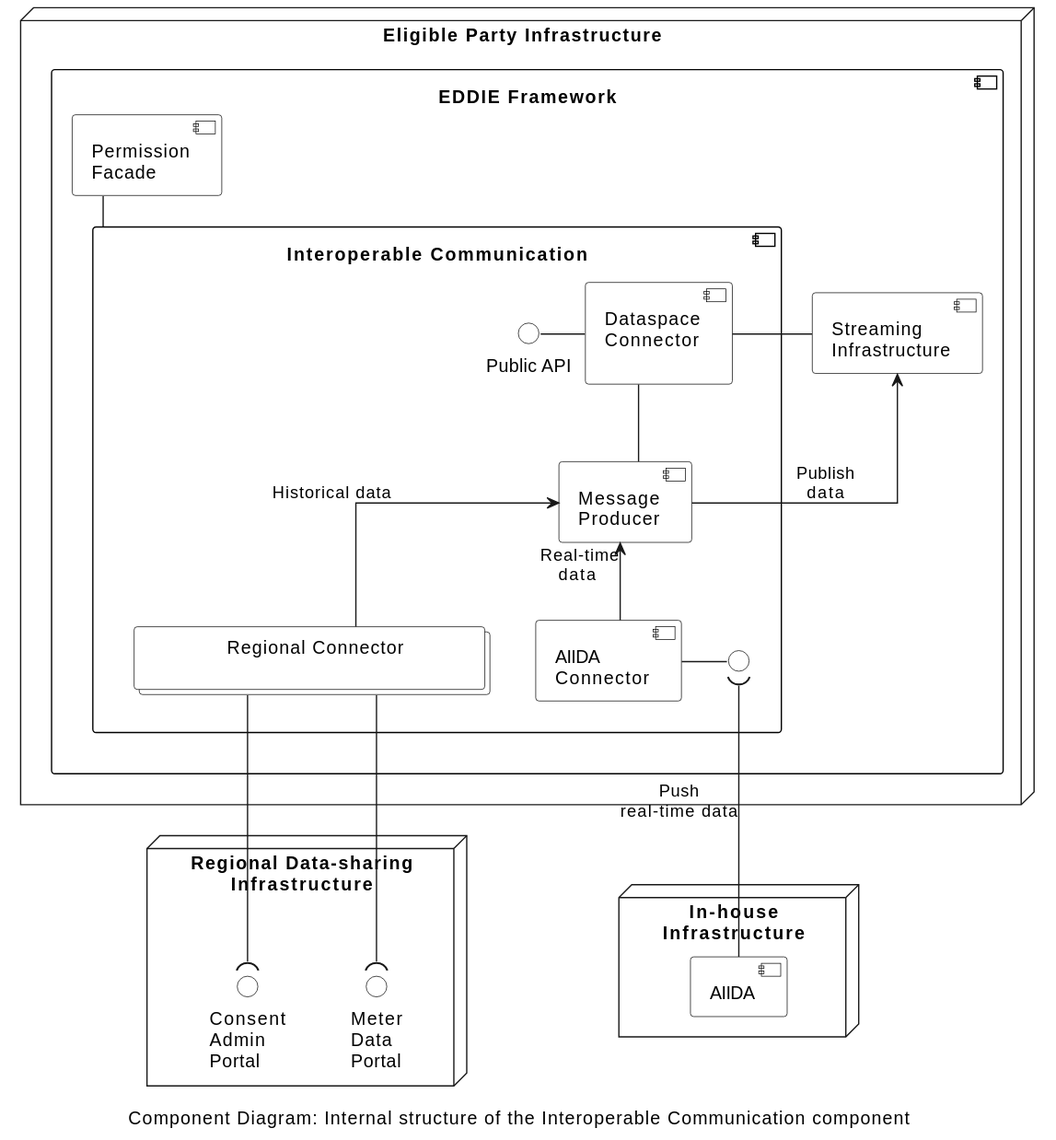
The PlantUML diagram arc42/05-building-block-view/components/components/interoperable-comm/figures/inter-comm-dataspace.svg in eddie-energy/architecture, before a commit.
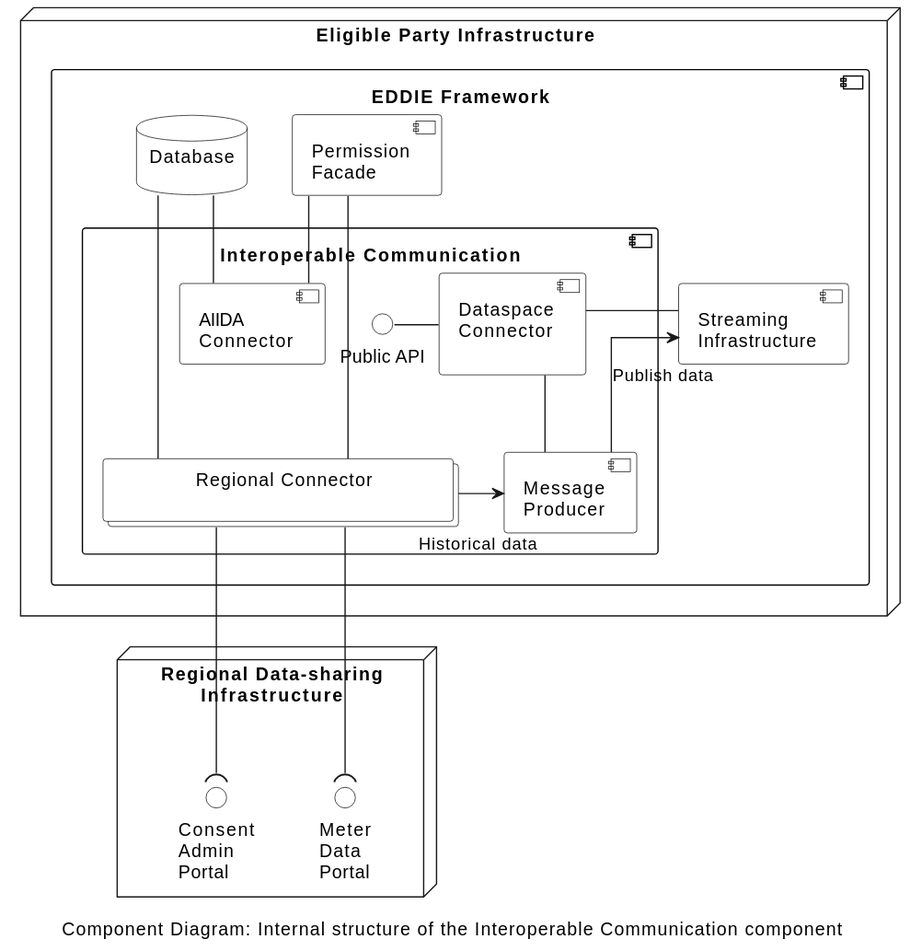
After the change.

Commit message:
Start adding AIIDA, block view, streamin, reg conn

Diff of the diagram source:
```diff
@@ -32,19 +32,23 @@
       component "Message\nProducer" as messageProducer
       component "Dataspace\nConnector\n" as dataspaceConnector
       interface "Public API" as dataspaceAPI
-      interface " " as aiidaAPI
 
-
-      regCon -up-> messageProducer : Historical data
-      regConAIIDA -up-> messageProducer : "\n Real-time\ndata"
+      regCon ---right--> messageProducer : \n\nHistorical data
       dataspaceConnector -left- dataspaceAPI
       dataspaceConnector -down- messageProducer
     }
     component "Streaming\nInfrastructure" as streaming
+    database "Database\n" as database
 
-    consentFacade -down- comm
-    messageProducer -up-> streaming : Publish\ndata
+    messageProducer -up-> streaming : Publish data
     dataspaceConnector -right- streaming
+
+    consentFacade -down- regCon
+    consentFacade -down- regConAIIDA
+    database -right- regCon
+    database -right- regConAIIDA
+
+    consentFacade -[hidden]left- database
   }
 
 }
@@ -53,15 +57,11 @@
   interface "Consent\nAdmin\nPortal" as adminPortal
 }
 
-node "In-house\nInfrastructure" {
-  component "AIIDA" as aiida
-}
 
 regCon -down-( dataPortal
 regCon -down-( adminPortal
-regCon -[hidden]right- regConAIIDA
-regConAIIDA -right- aiidaAPI
-aiida -up-( aiidaAPI : Push\nreal-time data
+
+
 
 
 
```
